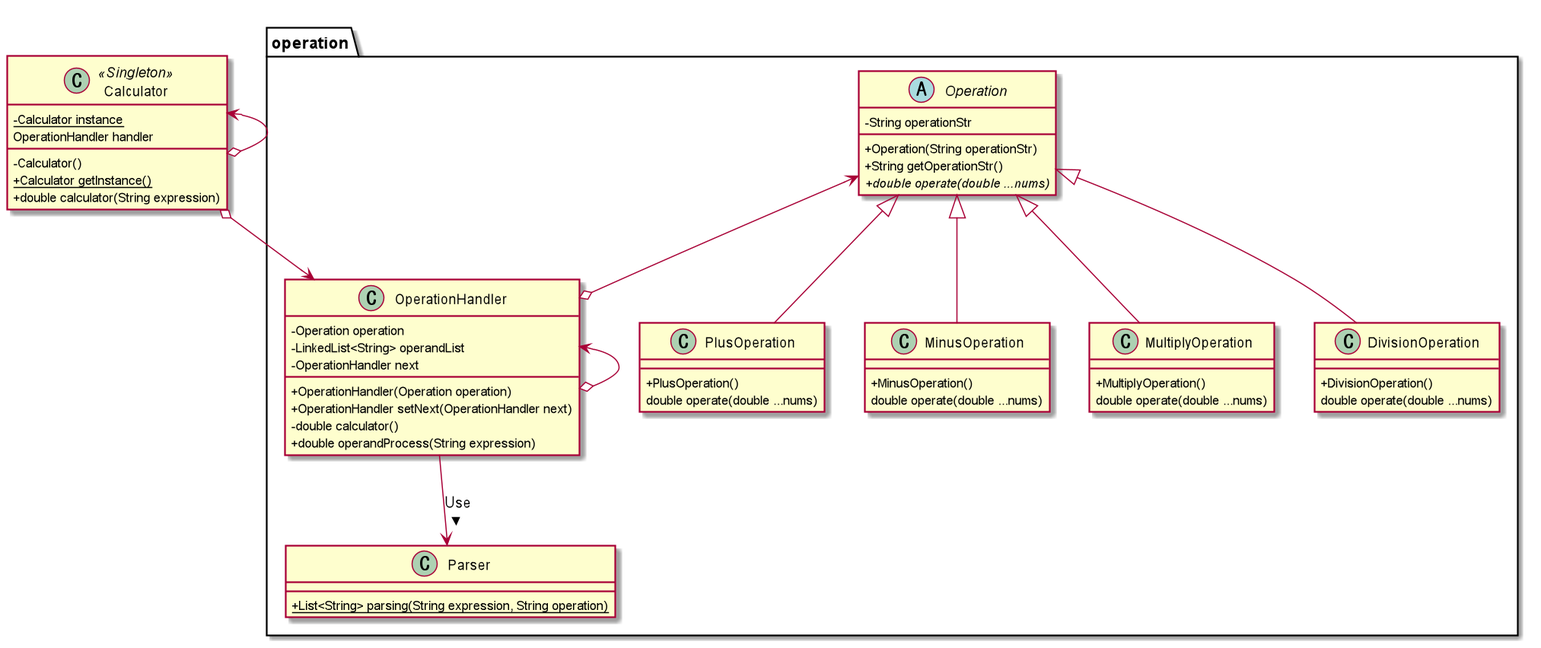
Before: img/designpattern/2/concept_facade_2.png, a diagram exported from PlantUML (windowforsun/blog).
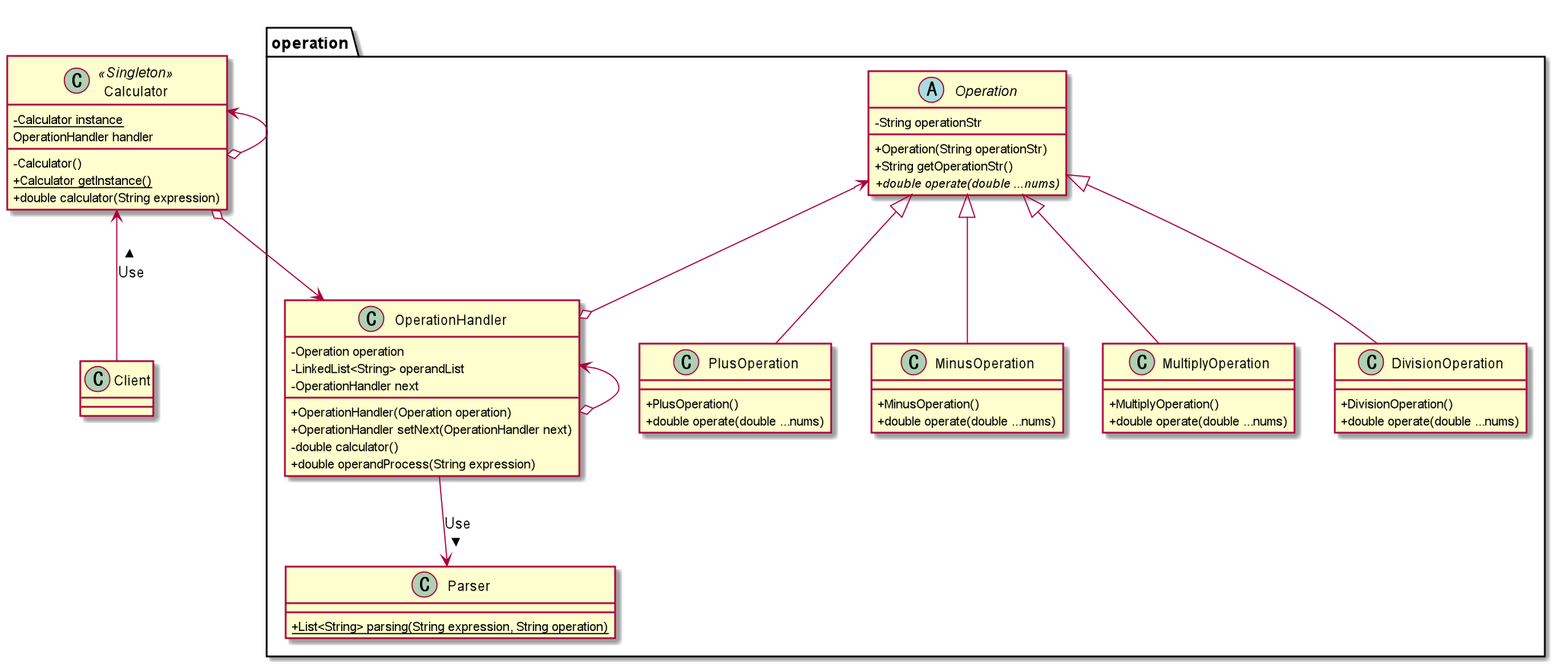
The same diagram one commit later.

Commit message:
facade 패턴 이미지 수정

The edit, as a diff of the source:
```diff
@@ -38,22 +38,22 @@
 
 class PlusOperation {
 	+ PlusOperation()
-	double operate(double ...nums)
+	+double operate(double ...nums)
 }
 
 class MinusOperation {
 	+ MinusOperation()
-	double operate(double ...nums)
+	+double operate(double ...nums)
 }
 
 class MultiplyOperation {
 	+ MultiplyOperation()
-	double operate(double ...nums)
+	+double operate(double ...nums)
 }
 
 class DivisionOperation {
 	+ DivisionOperation()
-	double operate(double ...nums)
+	+double operate(double ...nums)
 }
 }
 
@@ -64,6 +64,8 @@
 Operation <|-- DivisionOperation
 
 Calculator <--o Calculator
+Calculator <-- Client : Use <
+
 OperationHandler <--o OperationHandler
 OperationHandler <-down-o Calculator
 Parser <-down- OperationHandler : Use <
```
